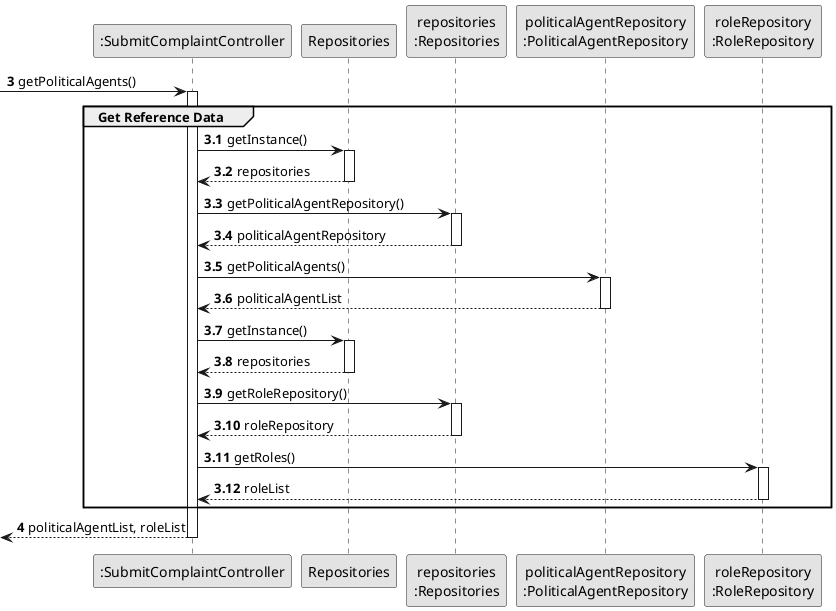
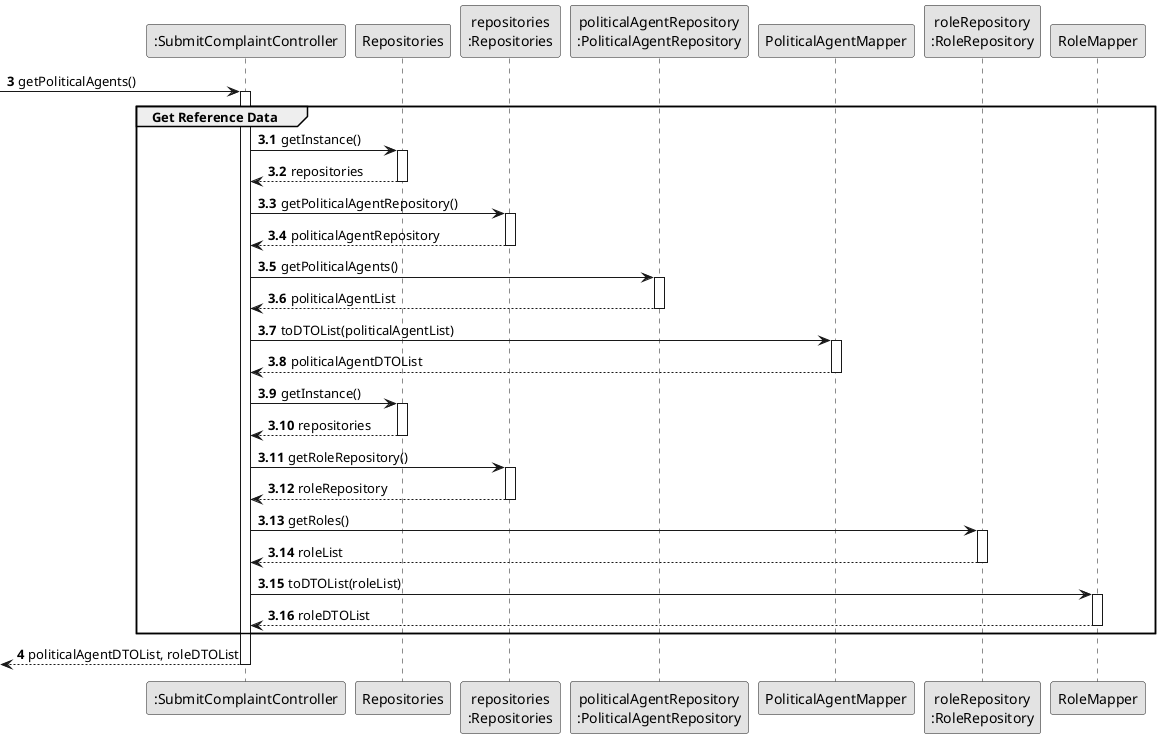
@startuml
skinparam monochrome true
skinparam packageStyle rectangle
skinparam shadowing false

autonumber

participant ":SubmitComplaintController" as CTRL
participant "Repositories" as REPOS
participant "repositories\n:Repositories" as REPOS_SINGLETON
participant "politicalAgentRepository\n:PoliticalAgentRepository" as AGENT_REPO
+ participant "PoliticalAgentMapper" as AGENT_MAPPER
participant "roleRepository\n:RoleRepository" as ROLE_REPO
+ participant "RoleMapper" as ROLE_MAPPER

autonumber 3
-> CTRL : getPoliticalAgents()
autonumber 3.1
activate CTRL
    group Get Reference Data
        CTRL -> REPOS : getInstance()
        activate REPOS
            REPOS --> CTRL : repositories
        deactivate REPOS

        CTRL -> REPOS_SINGLETON : getPoliticalAgentRepository()
        activate REPOS_SINGLETON
            REPOS_SINGLETON --> CTRL : politicalAgentRepository
        deactivate REPOS_SINGLETON

        CTRL -> AGENT_REPO : getPoliticalAgents()
        activate AGENT_REPO
            AGENT_REPO --> CTRL : politicalAgentList
        deactivate AGENT_REPO

+         CTRL -> AGENT_MAPPER : toDTOList(politicalAgentList)
+         activate AGENT_MAPPER
+             AGENT_MAPPER --> CTRL : politicalAgentDTOList
+         deactivate AGENT_MAPPER
+ 
        CTRL -> REPOS : getInstance()
        activate REPOS
            REPOS --> CTRL : repositories
        deactivate REPOS

        CTRL -> REPOS_SINGLETON : getRoleRepository()
        activate REPOS_SINGLETON
            REPOS_SINGLETON --> CTRL : roleRepository
        deactivate REPOS_SINGLETON

        CTRL -> ROLE_REPO : getRoles()
        activate ROLE_REPO
            ROLE_REPO --> CTRL : roleList
        deactivate ROLE_REPO
+ 
+         CTRL -> ROLE_MAPPER : toDTOList(roleList)
+         activate ROLE_MAPPER
+             ROLE_MAPPER --> CTRL : roleDTOList
+         deactivate ROLE_MAPPER
+ 
    end
    autonumber 4
-     <-- CTRL : politicalAgentList, roleList
+     <-- CTRL : politicalAgentDTOList, roleDTOList
deactivate CTRL

@enduml
